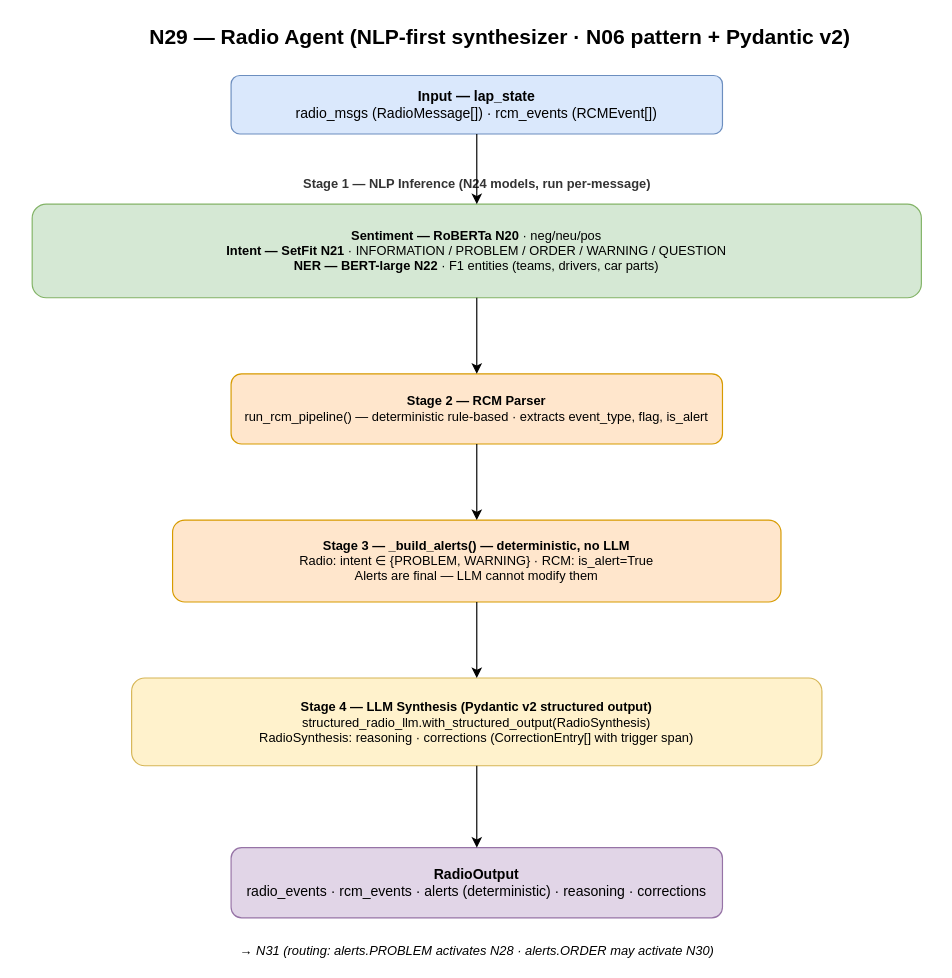
Before: documents/dev_docs/diagrams/agents/N29_radio_agent.drawio in VforVitorio/F1-StratLab, a draw.io diagram. Source tidied: cells renumbered, new cells numbered last; positions are measured from the earlier drawing's top-left corner, leaving out a move shared by most shapes. Both pictures are drawn from the tidied source at 117%, with x=0, y=0 at pixel (20, 20).
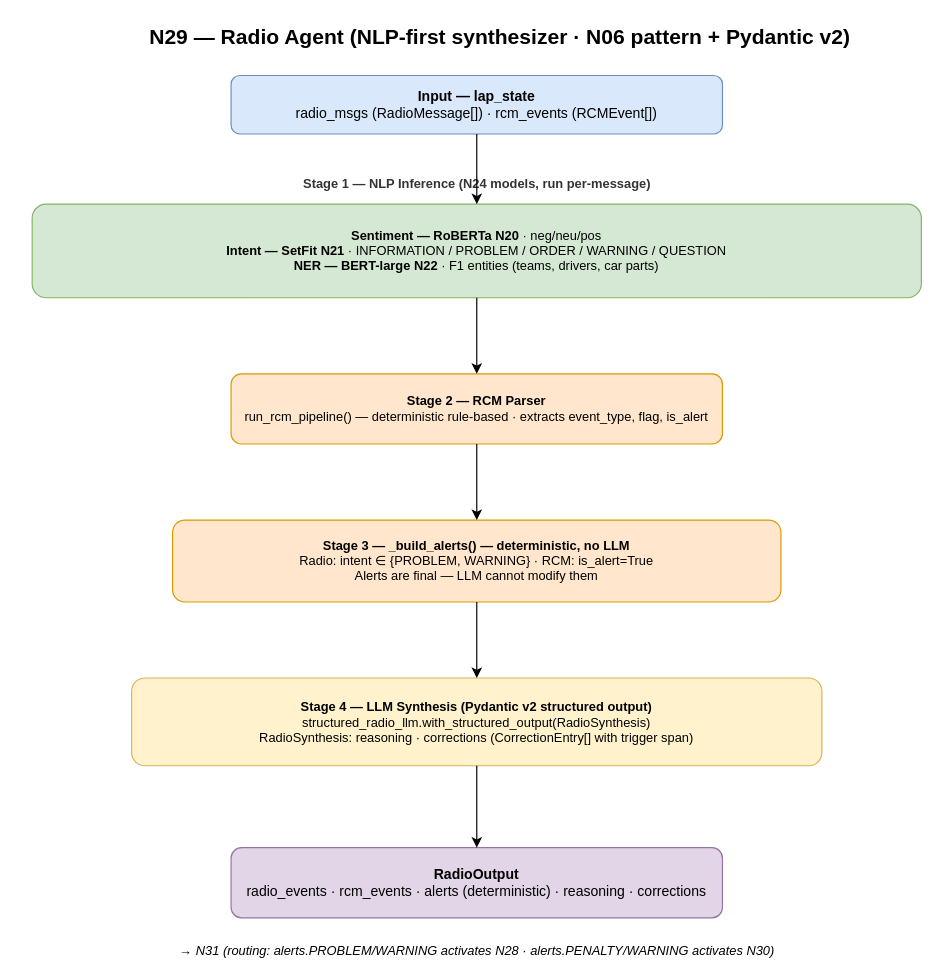
The same diagram, later.

Commit message:
updated N29 radio agent diagram

The edit, as a diff of the source:
```diff
@@
 <mxGraphModel>
   <root>
     <mxCell id="0" />
     <mxCell id="1" parent="0" />
     <mxCell id="2" value="N29 — Radio Agent  (NLP-first synthesizer · N06 pattern + Pydantic v2)" style="text;html=1;strokeColor=none;fillColor=none;align=center;verticalAlign=middle;whiteSpace=wrap;fontSize=18;fontStyle=1;" parent="1" vertex="1">
       <mxGeometry x="60" width="700" height="30" as="geometry" />
     </mxCell>
     <mxCell id="3" value="&lt;b&gt;Input — lap_state&lt;/b&gt;&lt;br/&gt;radio_msgs (RadioMessage[]) · rcm_events (RCMEvent[])" style="rounded=1;whiteSpace=wrap;html=1;fillColor=#dae8fc;strokeColor=#6c8ebf;" parent="1" vertex="1">
       <mxGeometry x="180" y="47" width="420" height="50" as="geometry" />
     </mxCell>
     <mxCell id="4" value="Stage 1 — NLP Inference (N24 models, run per-message)" style="text;html=1;strokeColor=none;fillColor=none;align=center;fontStyle=1;fontSize=11;fontColor=#333333;" parent="1" vertex="1">
       <mxGeometry y="127" width="780" height="25" as="geometry" />
     </mxCell>
     <mxCell id="5" value="&lt;b&gt;Sentiment — RoBERTa N20&lt;/b&gt; · neg/neu/pos&lt;br/&gt;&lt;b&gt;Intent — SetFit N21&lt;/b&gt; · INFORMATION / PROBLEM / ORDER / WARNING / QUESTION&lt;br/&gt;&lt;b&gt;NER — BERT-large N22&lt;/b&gt; · F1 entities (teams, drivers, car parts)" style="rounded=1;whiteSpace=wrap;html=1;fillColor=#d5e8d4;strokeColor=#82b366;fontSize=11;" parent="1" vertex="1">
       <mxGeometry x="10" y="157" width="760" height="80" as="geometry" />
     </mxCell>
     <mxCell id="6" value="&lt;b&gt;Stage 2 — RCM Parser&lt;/b&gt;&lt;br/&gt;run_rcm_pipeline() — deterministic rule-based · extracts event_type, flag, is_alert" style="rounded=1;whiteSpace=wrap;html=1;fillColor=#ffe6cc;strokeColor=#d79b00;fontSize=11;" parent="1" vertex="1">
       <mxGeometry x="180" y="302" width="420" height="60" as="geometry" />
     </mxCell>
     <mxCell id="7" value="&lt;b&gt;Stage 3 — _build_alerts() — deterministic, no LLM&lt;/b&gt;&lt;br/&gt;Radio: intent ∈ {PROBLEM, WARNING} · RCM: is_alert=True&lt;br/&gt;Alerts are final — LLM cannot modify them" style="rounded=1;whiteSpace=wrap;html=1;fillColor=#ffe6cc;strokeColor=#d79b00;fontSize=11;" parent="1" vertex="1">
       <mxGeometry x="130" y="427" width="520" height="70" as="geometry" />
     </mxCell>
     <mxCell id="8" value="&lt;b&gt;Stage 4 — LLM Synthesis (Pydantic v2 structured output)&lt;/b&gt;&lt;br/&gt;structured_radio_llm.with_structured_output(RadioSynthesis)&lt;br/&gt;RadioSynthesis: reasoning · corrections (CorrectionEntry[] with trigger span)" style="rounded=1;whiteSpace=wrap;html=1;fillColor=#fff2cc;strokeColor=#d6b656;fontSize=11;" parent="1" vertex="1">
       <mxGeometry x="95" y="562" width="590" height="75" as="geometry" />
     </mxCell>
     <mxCell id="9" value="&lt;b&gt;RadioOutput&lt;/b&gt;&lt;br/&gt;radio_events · rcm_events · alerts (deterministic) · reasoning · corrections" style="rounded=1;whiteSpace=wrap;html=1;fillColor=#e1d5e7;strokeColor=#9673a6;" parent="1" vertex="1">
       <mxGeometry x="180" y="707" width="420" height="60" as="geometry" />
     </mxCell>
-    <mxCell id="10" value="→ N31 (routing: alerts.PROBLEM activates N28 · alerts.ORDER may activate N30)" style="text;html=1;strokeColor=none;fillColor=none;align=center;fontStyle=2;fontSize=11;" parent="1" vertex="1">
+    <mxCell id="10" value="→ N31 (routing: alerts.PROBLEM/WARNING activates N28 · alerts.PENALTY/WARNING activates N30)" style="text;html=1;strokeColor=none;fillColor=none;align=center;fontStyle=2;fontSize=11;" parent="1" vertex="1">
       <mxGeometry x="110" y="782" width="560" height="20" as="geometry" />
     </mxCell>
     <mxCell id="11" style="edgeStyle=orthogonalEdgeStyle;" parent="1" edge="1" source="3" target="5">
       <mxGeometry relative="1" as="geometry" />
     </mxCell>
     <mxCell id="12" style="edgeStyle=orthogonalEdgeStyle;" parent="1" edge="1" source="5" target="6">
       <mxGeometry relative="1" as="geometry" />
     </mxCell>
     <mxCell id="13" style="edgeStyle=orthogonalEdgeStyle;" parent="1" edge="1" source="6" target="7">
       <mxGeometry relative="1" as="geometry" />
     </mxCell>
     <mxCell id="14" style="edgeStyle=orthogonalEdgeStyle;" parent="1" edge="1" source="7" target="8">
       <mxGeometry relative="1" as="geometry" />
     </mxCell>
     <mxCell id="15" style="edgeStyle=orthogonalEdgeStyle;" parent="1" edge="1" source="8" target="9">
       <mxGeometry relative="1" as="geometry" />
     </mxCell>
   </root>
 </mxGraphModel>
```
